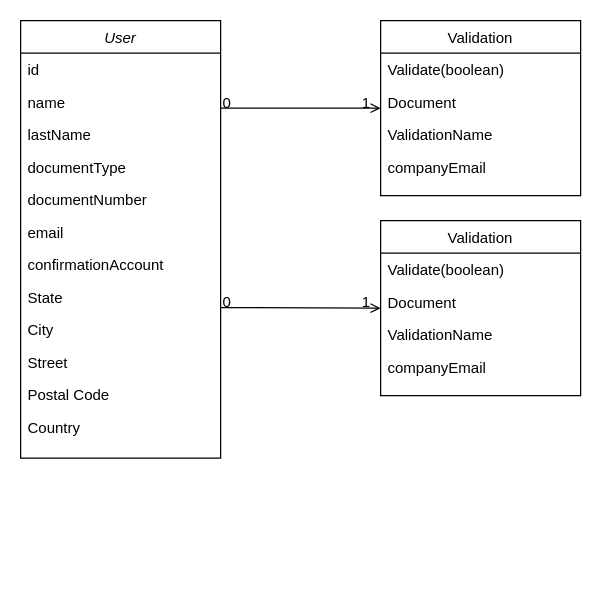
Before: page "Page-1" (1 of 2) of Untitled Diagram.drawio in NFDdata/api-avu, a draw.io diagram. Source tidied: cells renumbered, new cells numbered last; positions are measured from the earlier drawing's top-left corner, leaving out a move shared by most shapes. Both pictures are drawn from the tidied source at 125%, with x=0, y=0 at pixel (20, 20).
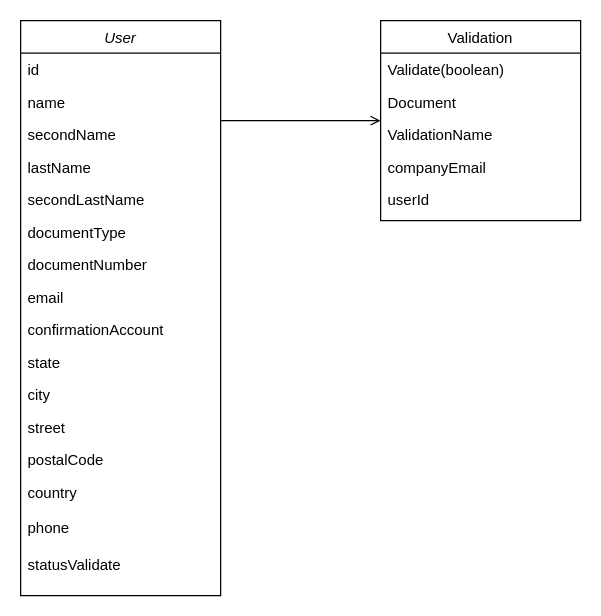
The same page after the edit.

Unchanged cells that the change refers to:
```xml
<mxCell id="20" style="endArrow=open;shadow=0;strokeWidth=1;rounded=0;endFill=1;edgeStyle=elbowEdgeStyle;elbow=vertical;" parent="1" edge="1" source="2" target="15">
  <mxGeometry x="0.5" y="41" relative="1" as="geometry">
    <mxPoint x="-40" y="32" as="offset" />
  </mxGeometry>
</mxCell>
```

The edit, as a diff of the source:
```diff
@@
     <mxCell id="2" value="User" style="swimlane;fontStyle=2;align=center;verticalAlign=top;horizontal=1;startSize=26;rounded=0;shadow=0;strokeWidth=1;" parent="1" vertex="1">
-      <mxGeometry width="160" height="350" as="geometry" />
+      <mxGeometry width="160" height="460" as="geometry" />
     </mxCell>
@@
+    <mxCell id="31" value="secondName" style="text;align=left;verticalAlign=top;spacingLeft=4;spacingRight=4;overflow=hidden;rounded=0;shadow=0;html=0;" parent="2" vertex="1">
+      <mxGeometry y="78" width="160" height="26" as="geometry" />
+    </mxCell>
     <mxCell id="5" value="lastName" style="text;align=left;verticalAlign=top;spacingLeft=4;spacingRight=4;overflow=hidden;rounded=0;shadow=0;html=0;" parent="2" vertex="1">
-      <mxGeometry y="78" width="160" height="26" as="geometry" />
+      <mxGeometry y="104" width="160" height="26" as="geometry" />
     </mxCell>
+    <mxCell id="32" value="secondLastName" style="text;align=left;verticalAlign=top;spacingLeft=4;spacingRight=4;overflow=hidden;rounded=0;shadow=0;html=0;" parent="2" vertex="1">
+      <mxGeometry y="130" width="160" height="26" as="geometry" />
+    </mxCell>
     <mxCell id="6" value="documentType" style="text;align=left;verticalAlign=top;spacingLeft=4;spacingRight=4;overflow=hidden;rounded=0;shadow=0;html=0;" parent="2" vertex="1">
-      <mxGeometry y="104" width="160" height="26" as="geometry" />
+      <mxGeometry y="156" width="160" height="26" as="geometry" />
     </mxCell>
     <mxCell id="7" value="documentNumber" style="text;align=left;verticalAlign=top;spacingLeft=4;spacingRight=4;overflow=hidden;rounded=0;shadow=0;html=0;" parent="2" vertex="1">
-      <mxGeometry y="130" width="160" height="26" as="geometry" />
+      <mxGeometry y="182" width="160" height="26" as="geometry" />
     </mxCell>
     <mxCell id="8" value="email" style="text;align=left;verticalAlign=top;spacingLeft=4;spacingRight=4;overflow=hidden;rounded=0;shadow=0;html=0;" parent="2" vertex="1">
-      <mxGeometry y="156" width="160" height="26" as="geometry" />
+      <mxGeometry y="208" width="160" height="26" as="geometry" />
     </mxCell>
     <mxCell id="9" value="confirmationAccount" style="text;align=left;verticalAlign=top;spacingLeft=4;spacingRight=4;overflow=hidden;rounded=0;shadow=0;html=0;" parent="2" vertex="1">
-      <mxGeometry y="182" width="160" height="26" as="geometry" />
+      <mxGeometry y="234" width="160" height="26" as="geometry" />
     </mxCell>
-    <mxCell id="10" value="State" style="text;align=left;verticalAlign=top;spacingLeft=4;spacingRight=4;overflow=hidden;rounded=0;shadow=0;html=0;" parent="2" vertex="1">
-      <mxGeometry y="208" width="160" height="26" as="geometry" />
+    <mxCell id="10" value="state" style="text;align=left;verticalAlign=top;spacingLeft=4;spacingRight=4;overflow=hidden;rounded=0;shadow=0;html=0;" parent="2" vertex="1">
+      <mxGeometry y="260" width="160" height="26" as="geometry" />
     </mxCell>
-    <mxCell id="11" value="City" style="text;align=left;verticalAlign=top;spacingLeft=4;spacingRight=4;overflow=hidden;rounded=0;shadow=0;html=0;" parent="2" vertex="1">
-      <mxGeometry y="234" width="160" height="26" as="geometry" />
+    <mxCell id="11" value="city" style="text;align=left;verticalAlign=top;spacingLeft=4;spacingRight=4;overflow=hidden;rounded=0;shadow=0;html=0;" parent="2" vertex="1">
+      <mxGeometry y="286" width="160" height="26" as="geometry" />
     </mxCell>
-    <mxCell id="12" value="Street" style="text;align=left;verticalAlign=top;spacingLeft=4;spacingRight=4;overflow=hidden;" parent="2" vertex="1">
-      <mxGeometry y="260" width="160" height="26" as="geometry" />
+    <mxCell id="12" value="street" style="text;align=left;verticalAlign=top;spacingLeft=4;spacingRight=4;overflow=hidden;" parent="2" vertex="1">
+      <mxGeometry y="312" width="160" height="26" as="geometry" />
     </mxCell>
-    <mxCell id="13" value="Postal Code" style="text;align=left;verticalAlign=top;spacingLeft=4;spacingRight=4;overflow=hidden;rounded=0;shadow=0;html=0;" parent="2" vertex="1">
-      <mxGeometry y="286" width="160" height="26" as="geometry" />
+    <mxCell id="13" value="postalCode" style="text;align=left;verticalAlign=top;spacingLeft=4;spacingRight=4;overflow=hidden;rounded=0;shadow=0;html=0;" parent="2" vertex="1">
+      <mxGeometry y="338" width="160" height="26" as="geometry" />
     </mxCell>
-    <mxCell id="14" value="Country" style="text;align=left;verticalAlign=top;spacingLeft=4;spacingRight=4;overflow=hidden;rounded=0;shadow=0;html=0;" parent="2" vertex="1">
-      <mxGeometry y="312" width="160" height="38" as="geometry" />
+    <mxCell id="14" value="country" style="text;align=left;verticalAlign=top;spacingLeft=4;spacingRight=4;overflow=hidden;rounded=0;shadow=0;html=0;" parent="2" vertex="1">
+      <mxGeometry y="364" width="160" height="28" as="geometry" />
     </mxCell>
+    <mxCell id="33" value="phone" style="text;align=left;verticalAlign=top;spacingLeft=4;spacingRight=4;overflow=hidden;rounded=0;shadow=0;html=0;" parent="2" vertex="1">
+      <mxGeometry y="392" width="160" height="30" as="geometry" />
+    </mxCell>
+    <mxCell id="34" value="statusValidate" style="text;align=left;verticalAlign=top;spacingLeft=4;spacingRight=4;overflow=hidden;rounded=0;shadow=0;html=0;" parent="2" vertex="1">
+      <mxGeometry y="422" width="160" height="30" as="geometry" />
+    </mxCell>
     <mxCell id="15" value="Validation" style="swimlane;fontStyle=0;align=center;verticalAlign=top;horizontal=1;startSize=26;rounded=0;shadow=0;strokeWidth=1;" parent="1" vertex="1">
-      <mxGeometry x="288" width="160" height="140" as="geometry" />
+      <mxGeometry x="288" width="160" height="160" as="geometry" />
     </mxCell>
@@
+    <mxCell id="35" value="userId" style="text;align=left;verticalAlign=top;spacingLeft=4;spacingRight=4;overflow=hidden;" parent="15" vertex="1">
+      <mxGeometry y="130" width="160" height="26" as="geometry" />
+    </mxCell>
@@
-    <mxCell id="21" value="0" style="align=left;verticalAlign=bottom;labelBackgroundColor=none;fontSize=12;" parent="20" vertex="1">
-      <mxGeometry x="-1" relative="1" as="geometry">
-        <mxPoint y="4" as="offset" />
-      </mxGeometry>
-    </mxCell>
-    <mxCell id="22" value="1" style="align=right;verticalAlign=bottom;labelBackgroundColor=none;fontSize=12;" parent="20" vertex="1">
-      <mxGeometry x="1" relative="1" as="geometry">
-        <mxPoint x="-7" y="4" as="offset" />
-      </mxGeometry>
-    </mxCell>
-    <mxCell id="23" value="Validation" style="swimlane;fontStyle=0;align=center;verticalAlign=top;horizontal=1;startSize=26;rounded=0;shadow=0;strokeWidth=1;" parent="1" vertex="1">
-      <mxGeometry x="288" y="160" width="160" height="140" as="geometry" />
-    </mxCell>
-    <mxCell id="24" value="Validate(boolean)" style="text;align=left;verticalAlign=top;spacingLeft=4;spacingRight=4;overflow=hidden;" parent="23" vertex="1">
-      <mxGeometry y="26" width="160" height="26" as="geometry" />
-    </mxCell>
-    <mxCell id="25" value="Document" style="text;align=left;verticalAlign=top;spacingLeft=4;spacingRight=4;overflow=hidden;" parent="23" vertex="1">
-      <mxGeometry y="52" width="160" height="26" as="geometry" />
-    </mxCell>
-    <mxCell id="26" value="ValidationName" style="text;align=left;verticalAlign=top;spacingLeft=4;spacingRight=4;overflow=hidden;" parent="23" vertex="1">
-      <mxGeometry y="78" width="160" height="26" as="geometry" />
-    </mxCell>
-    <mxCell id="27" value="companyEmail" style="text;align=left;verticalAlign=top;spacingLeft=4;spacingRight=4;overflow=hidden;" parent="23" vertex="1">
-      <mxGeometry y="104" width="160" height="26" as="geometry" />
-    </mxCell>
-    <mxCell id="28" style="endArrow=open;shadow=0;strokeWidth=1;rounded=0;endFill=1;edgeStyle=elbowEdgeStyle;elbow=vertical;" parent="1" edge="1">
-      <mxGeometry x="0.5" y="41" relative="1" as="geometry">
-        <mxPoint x="160" y="229.5" as="sourcePoint" />
-        <mxPoint x="288" y="229.5" as="targetPoint" />
-        <mxPoint x="-40" y="32" as="offset" />
-      </mxGeometry>
-    </mxCell>
-    <mxCell id="29" value="0" style="align=left;verticalAlign=bottom;labelBackgroundColor=none;fontSize=12;" parent="28" vertex="1">
-      <mxGeometry x="-1" relative="1" as="geometry">
-        <mxPoint y="4" as="offset" />
-      </mxGeometry>
-    </mxCell>
-    <mxCell id="30" value="1" style="align=right;verticalAlign=bottom;labelBackgroundColor=none;fontSize=12;" parent="28" vertex="1">
-      <mxGeometry x="1" relative="1" as="geometry">
-        <mxPoint x="-7" y="4" as="offset" />
-      </mxGeometry>
-    </mxCell>
```
